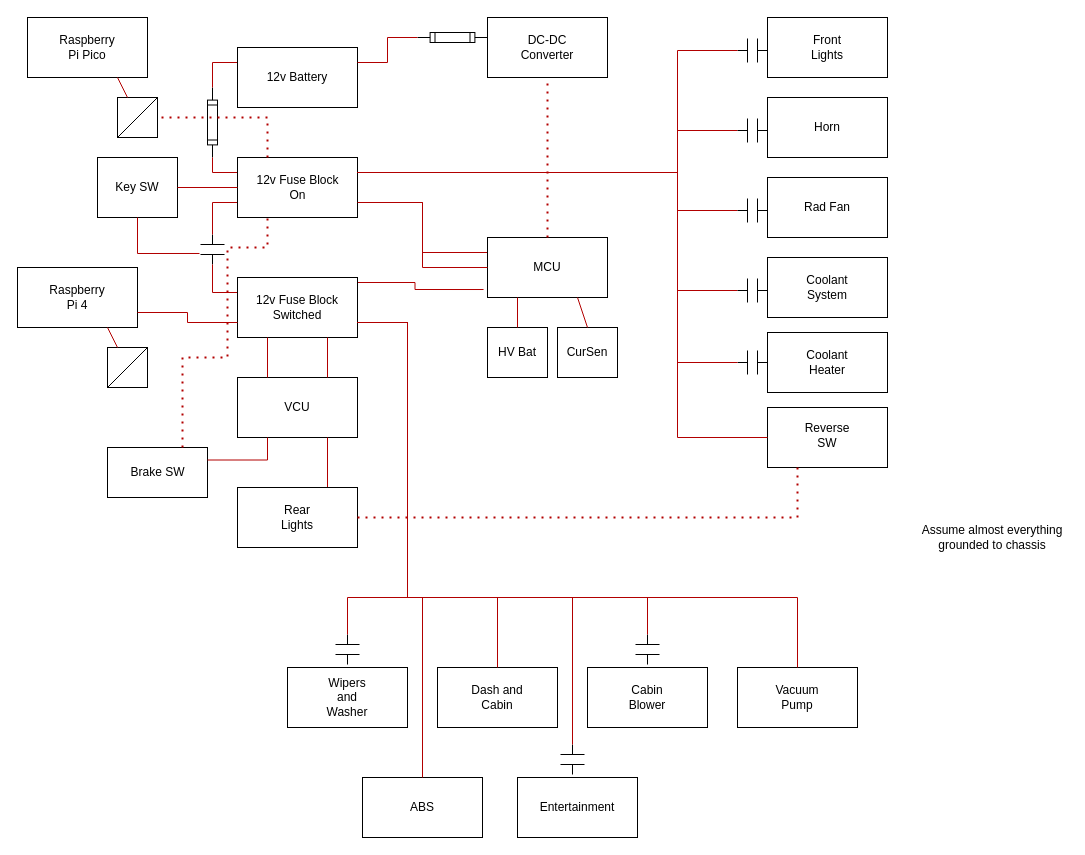
cdvanhorn/ForsanRaneaf keeps this draw.io diagram as ElectricalLowVoltage.drawio. Above is the earlier version. Source tidied: cells renumbered, new cells numbered last; positions are measured from the earlier drawing's top-left corner, leaving out a move shared by most shapes. Both pictures are drawn from the tidied source at 100%, with x=0, y=0 at pixel (17, 17).
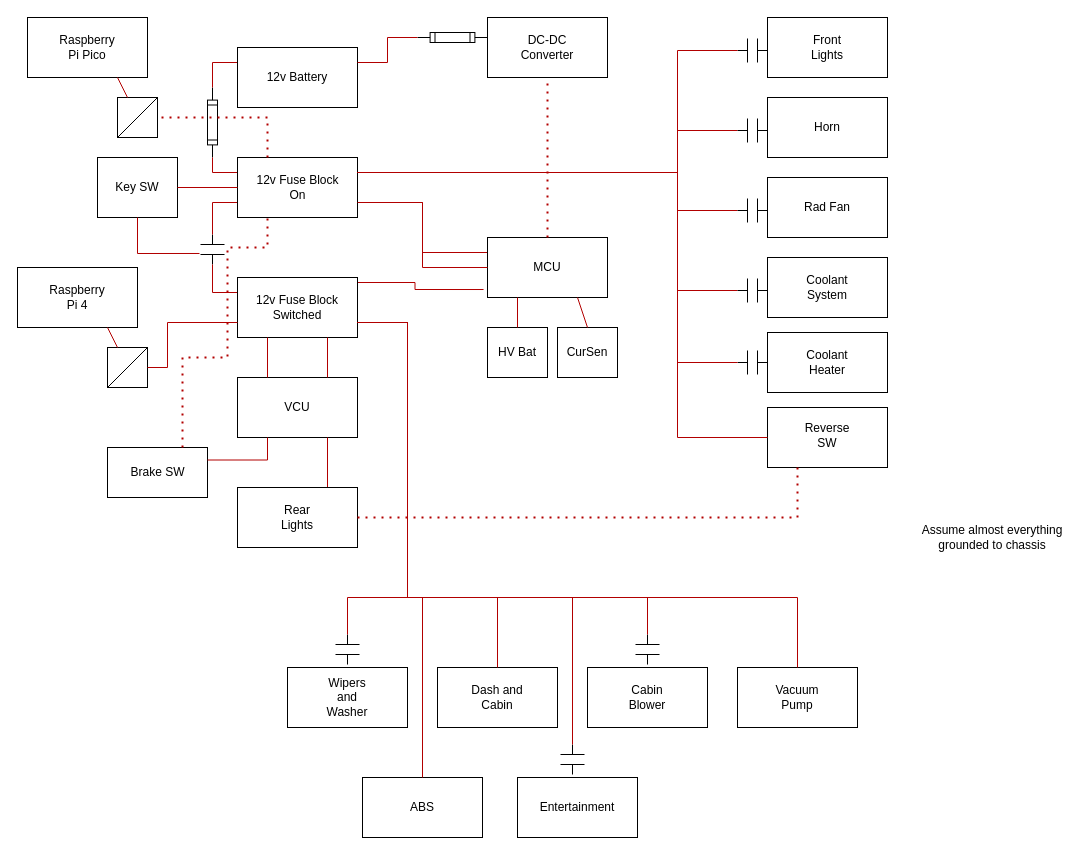
The same diagram, later.

Commit message:
fixed wire routing

The change refers to these unchanged cells:
```xml
<mxCell id="28" style="rounded=0;whiteSpace=wrap;html=1;" parent="27" vertex="1">
  <mxGeometry width="120" height="60" as="geometry" />
</mxCell>
<mxCell id="114" style="rounded=0;whiteSpace=wrap;html=1;" parent="113" vertex="1">
  <mxGeometry width="120" height="60" as="geometry" />
</mxCell>
<mxCell id="117" style="whiteSpace=wrap;html=1;" parent="1" vertex="1">
  <mxGeometry x="90" y="330" width="40" height="40" as="geometry" />
</mxCell>
```

Change to the diagram source:
```diff
@@
-    <mxCell id="120" style="endArrow=none;html=1;rounded=0;entryX=0;entryY=0.75;entryDx=0;entryDy=0;exitX=1;exitY=0.75;exitDx=0;exitDy=0;edgeStyle=orthogonalEdgeStyle;fillColor=#e51400;strokeColor=#B20000;" parent="1" edge="1" source="114" target="28">
-      <mxGeometry relative="1" as="geometry" />
+    <mxCell id="120" style="endArrow=none;html=1;rounded=0;entryX=0;entryY=0.75;entryDx=0;entryDy=0;exitX=1;exitY=0.5;exitDx=0;exitDy=0;edgeStyle=orthogonalEdgeStyle;fillColor=#e51400;strokeColor=#B20000;" parent="1" edge="1" source="117" target="28">
+      <mxGeometry relative="1" as="geometry">
+        <Array as="points">
+          <mxPoint x="150" y="350" />
+          <mxPoint x="150" y="305" />
+        </Array>
+      </mxGeometry>
     </mxCell>
```
